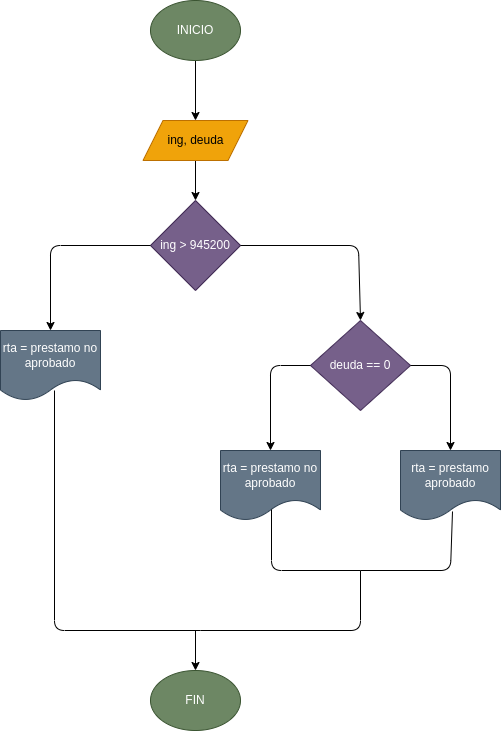
Above: ejercicio2/diagrama.png in fsadriann/taller_condicionales (draw.io), before the change. Source tidied: cells renumbered, new cells last; positions are measured from the earlier drawing's top-left corner, leaving out a move shared by most shapes. Source of this version:
```xml
<mxGraphModel>
  <root>
    <mxCell id="0" />
    <mxCell id="1" parent="0" />
    <mxCell id="2" style="edgeStyle=none;html=1;" parent="1" edge="1" source="3" target="5">
      <mxGeometry relative="1" as="geometry" />
    </mxCell>
    <mxCell id="3" value="INICIO" style="ellipse;whiteSpace=wrap;html=1;fillColor=#6d8764;fontColor=#ffffff;strokeColor=#3A5431;" parent="1" vertex="1">
      <mxGeometry x="150" width="90" height="60" as="geometry" />
    </mxCell>
    <mxCell id="4" style="edgeStyle=none;html=1;" parent="1" edge="1" source="5" target="6">
      <mxGeometry relative="1" as="geometry" />
    </mxCell>
    <mxCell id="5" value="ing, deuda" style="shape=parallelogram;perimeter=parallelogramPerimeter;whiteSpace=wrap;html=1;fixedSize=1;fillColor=#f0a30a;fontColor=#000000;strokeColor=#BD7000;" parent="1" vertex="1">
      <mxGeometry x="142.5" y="120" width="105" height="40" as="geometry" />
    </mxCell>
    <mxCell id="6" value="ing &amp;gt; 945200" style="rhombus;whiteSpace=wrap;html=1;fillColor=#76608a;fontColor=#ffffff;strokeColor=#432D57;" parent="1" vertex="1">
      <mxGeometry x="150" y="200" width="90" height="90" as="geometry" />
    </mxCell>
    <mxCell id="7" value="deuda == 0" style="rhombus;whiteSpace=wrap;html=1;fillColor=#76608a;fontColor=#ffffff;strokeColor=#432D57;" parent="1" vertex="1">
      <mxGeometry x="310" y="320" width="100" height="90" as="geometry" />
    </mxCell>
    <mxCell id="8" value="rta = prestamo aprobado" style="shape=document;whiteSpace=wrap;html=1;boundedLbl=1;fillColor=#647687;fontColor=#ffffff;strokeColor=#314354;" parent="1" vertex="1">
      <mxGeometry x="400" y="450" width="100" height="70" as="geometry" />
    </mxCell>
    <mxCell id="9" value="rta = prestamo no aprobado" style="shape=document;whiteSpace=wrap;html=1;boundedLbl=1;fillColor=#647687;fontColor=#ffffff;strokeColor=#314354;" parent="1" vertex="1">
      <mxGeometry x="220" y="450" width="100" height="70" as="geometry" />
    </mxCell>
    <mxCell id="10" value="rta = prestamo no aprobado" style="shape=document;whiteSpace=wrap;html=1;boundedLbl=1;fillColor=#647687;fontColor=#ffffff;strokeColor=#314354;" parent="1" vertex="1">
      <mxGeometry y="330" width="100" height="70" as="geometry" />
    </mxCell>
    <mxCell id="11" style="endArrow=classic;html=1;exitX=0;exitY=0.5;exitDx=0;exitDy=0;entryX=0.5;entryY=0;entryDx=0;entryDy=0;" parent="1" edge="1" source="6" target="10">
      <mxGeometry relative="1" as="geometry">
        <Array as="points">
          <mxPoint x="50" y="245" />
        </Array>
      </mxGeometry>
    </mxCell>
    <mxCell id="12" style="endArrow=classic;html=1;exitX=1;exitY=0.5;exitDx=0;exitDy=0;entryX=0.5;entryY=0;entryDx=0;entryDy=0;" parent="1" edge="1" source="6" target="7">
      <mxGeometry relative="1" as="geometry">
        <Array as="points">
          <mxPoint x="358" y="245" />
        </Array>
      </mxGeometry>
    </mxCell>
    <mxCell id="13" style="endArrow=classic;html=1;entryX=0.5;entryY=0;entryDx=0;entryDy=0;exitX=0;exitY=0.5;exitDx=0;exitDy=0;" parent="1" edge="1" source="7" target="9">
      <mxGeometry relative="1" as="geometry">
        <Array as="points">
          <mxPoint x="270" y="365" />
        </Array>
      </mxGeometry>
    </mxCell>
    <mxCell id="14" style="endArrow=classic;html=1;exitX=1;exitY=0.5;exitDx=0;exitDy=0;entryX=0.5;entryY=0;entryDx=0;entryDy=0;" parent="1" edge="1" source="7" target="8">
      <mxGeometry relative="1" as="geometry">
        <Array as="points">
          <mxPoint x="450" y="365" />
        </Array>
      </mxGeometry>
    </mxCell>
    <mxCell id="15" value="FIN" style="ellipse;whiteSpace=wrap;html=1;fillColor=#6d8764;fontColor=#ffffff;strokeColor=#3A5431;" parent="1" vertex="1">
      <mxGeometry x="150" y="670" width="90" height="60" as="geometry" />
    </mxCell>
    <mxCell id="16" style="endArrow=none;html=1;exitX=0.51;exitY=0.843;exitDx=0;exitDy=0;exitPerimeter=0;" parent="1" edge="1" source="9">
      <mxGeometry relative="1" as="geometry">
        <mxPoint x="360" y="570" as="targetPoint" />
        <Array as="points">
          <mxPoint x="271" y="570" />
        </Array>
      </mxGeometry>
    </mxCell>
    <mxCell id="17" style="endArrow=none;html=1;entryX=0.52;entryY=0.871;entryDx=0;entryDy=0;entryPerimeter=0;" parent="1" edge="1" target="8">
      <mxGeometry relative="1" as="geometry">
        <mxPoint x="360" y="570" as="sourcePoint" />
        <Array as="points">
          <mxPoint x="450" y="570" />
        </Array>
      </mxGeometry>
    </mxCell>
    <mxCell id="18" style="endArrow=none;html=1;" parent="1" edge="1">
      <mxGeometry relative="1" as="geometry">
        <mxPoint x="360" y="570" as="sourcePoint" />
        <mxPoint x="200" y="630" as="targetPoint" />
        <Array as="points">
          <mxPoint x="360" y="630" />
        </Array>
      </mxGeometry>
    </mxCell>
    <mxCell id="19" style="endArrow=none;html=1;entryX=0.54;entryY=0.857;entryDx=0;entryDy=0;entryPerimeter=0;" parent="1" edge="1" target="10">
      <mxGeometry relative="1" as="geometry">
        <mxPoint x="200" y="630" as="sourcePoint" />
        <Array as="points">
          <mxPoint x="54" y="630" />
        </Array>
      </mxGeometry>
    </mxCell>
    <mxCell id="20" style="endArrow=classic;html=1;" parent="1" edge="1" target="15">
      <mxGeometry relative="1" as="geometry">
        <mxPoint x="195" y="630" as="sourcePoint" />
      </mxGeometry>
    </mxCell>
  </root>
</mxGraphModel>
```
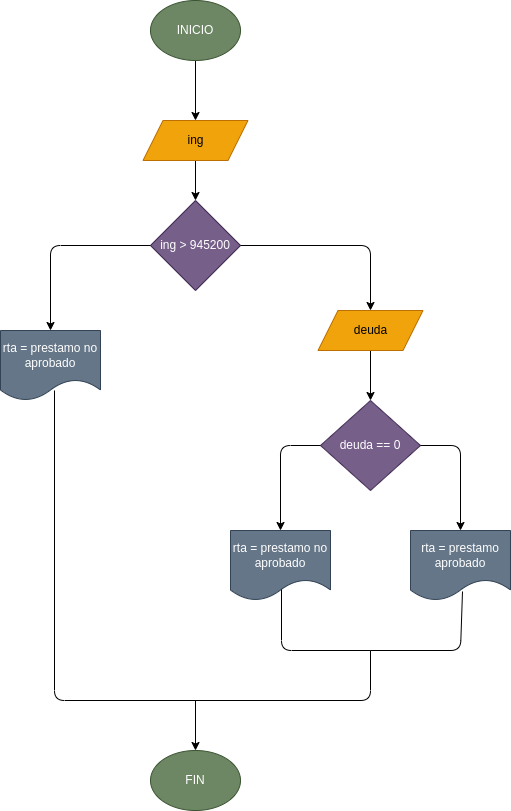
The same diagram one commit later.

Commit message:
se crearon los programas del ejercicio 2 y el diagrama de flujo se añadió al README

The edit, as a diff of the source:
```diff
@@ -11,20 +11,20 @@
     <mxCell id="4" style="edgeStyle=none;html=1;" parent="1" edge="1" source="5" target="6">
       <mxGeometry relative="1" as="geometry" />
     </mxCell>
-    <mxCell id="5" value="ing, deuda" style="shape=parallelogram;perimeter=parallelogramPerimeter;whiteSpace=wrap;html=1;fixedSize=1;fillColor=#f0a30a;fontColor=#000000;strokeColor=#BD7000;" parent="1" vertex="1">
+    <mxCell id="5" value="ing" style="shape=parallelogram;perimeter=parallelogramPerimeter;whiteSpace=wrap;html=1;fixedSize=1;fillColor=#f0a30a;fontColor=#000000;strokeColor=#BD7000;" parent="1" vertex="1">
       <mxGeometry x="142.5" y="120" width="105" height="40" as="geometry" />
     </mxCell>
     <mxCell id="6" value="ing &amp;gt; 945200" style="rhombus;whiteSpace=wrap;html=1;fillColor=#76608a;fontColor=#ffffff;strokeColor=#432D57;" parent="1" vertex="1">
       <mxGeometry x="150" y="200" width="90" height="90" as="geometry" />
     </mxCell>
     <mxCell id="7" value="deuda == 0" style="rhombus;whiteSpace=wrap;html=1;fillColor=#76608a;fontColor=#ffffff;strokeColor=#432D57;" parent="1" vertex="1">
-      <mxGeometry x="310" y="320" width="100" height="90" as="geometry" />
+      <mxGeometry x="320" y="400" width="100" height="90" as="geometry" />
     </mxCell>
     <mxCell id="8" value="rta = prestamo aprobado" style="shape=document;whiteSpace=wrap;html=1;boundedLbl=1;fillColor=#647687;fontColor=#ffffff;strokeColor=#314354;" parent="1" vertex="1">
-      <mxGeometry x="400" y="450" width="100" height="70" as="geometry" />
+      <mxGeometry x="410" y="530" width="100" height="70" as="geometry" />
     </mxCell>
     <mxCell id="9" value="rta = prestamo no aprobado" style="shape=document;whiteSpace=wrap;html=1;boundedLbl=1;fillColor=#647687;fontColor=#ffffff;strokeColor=#314354;" parent="1" vertex="1">
-      <mxGeometry x="220" y="450" width="100" height="70" as="geometry" />
+      <mxGeometry x="230" y="530" width="100" height="70" as="geometry" />
     </mxCell>
     <mxCell id="10" value="rta = prestamo no aprobado" style="shape=document;whiteSpace=wrap;html=1;boundedLbl=1;fillColor=#647687;fontColor=#ffffff;strokeColor=#314354;" parent="1" vertex="1">
       <mxGeometry y="330" width="100" height="70" as="geometry" />
@@ -36,67 +36,65 @@
         </Array>
       </mxGeometry>
     </mxCell>
-    <mxCell id="12" style="endArrow=classic;html=1;exitX=1;exitY=0.5;exitDx=0;exitDy=0;entryX=0.5;entryY=0;entryDx=0;entryDy=0;" parent="1" edge="1" source="6" target="7">
-      <mxGeometry relative="1" as="geometry">
-        <Array as="points">
-          <mxPoint x="358" y="245" />
-        </Array>
-      </mxGeometry>
-    </mxCell>
     <mxCell id="13" style="endArrow=classic;html=1;entryX=0.5;entryY=0;entryDx=0;entryDy=0;exitX=0;exitY=0.5;exitDx=0;exitDy=0;" parent="1" edge="1" source="7" target="9">
       <mxGeometry relative="1" as="geometry">
         <Array as="points">
-          <mxPoint x="270" y="365" />
+          <mxPoint x="280" y="445" />
         </Array>
       </mxGeometry>
     </mxCell>
     <mxCell id="14" style="endArrow=classic;html=1;exitX=1;exitY=0.5;exitDx=0;exitDy=0;entryX=0.5;entryY=0;entryDx=0;entryDy=0;" parent="1" edge="1" source="7" target="8">
       <mxGeometry relative="1" as="geometry">
         <Array as="points">
-          <mxPoint x="450" y="365" />
+          <mxPoint x="460" y="445" />
         </Array>
       </mxGeometry>
     </mxCell>
     <mxCell id="15" value="FIN" style="ellipse;whiteSpace=wrap;html=1;fillColor=#6d8764;fontColor=#ffffff;strokeColor=#3A5431;" parent="1" vertex="1">
-      <mxGeometry x="150" y="670" width="90" height="60" as="geometry" />
+      <mxGeometry x="150" y="750" width="90" height="60" as="geometry" />
     </mxCell>
     <mxCell id="16" style="endArrow=none;html=1;exitX=0.51;exitY=0.843;exitDx=0;exitDy=0;exitPerimeter=0;" parent="1" edge="1" source="9">
       <mxGeometry relative="1" as="geometry">
-        <mxPoint x="360" y="570" as="targetPoint" />
+        <mxPoint x="370" y="650" as="targetPoint" />
         <Array as="points">
-          <mxPoint x="271" y="570" />
+          <mxPoint x="281" y="650" />
         </Array>
       </mxGeometry>
     </mxCell>
     <mxCell id="17" style="endArrow=none;html=1;entryX=0.52;entryY=0.871;entryDx=0;entryDy=0;entryPerimeter=0;" parent="1" edge="1" target="8">
       <mxGeometry relative="1" as="geometry">
-        <mxPoint x="360" y="570" as="sourcePoint" />
+        <mxPoint x="370" y="650" as="sourcePoint" />
         <Array as="points">
-          <mxPoint x="450" y="570" />
+          <mxPoint x="460" y="650" />
         </Array>
       </mxGeometry>
     </mxCell>
-    <mxCell id="18" style="endArrow=none;html=1;" parent="1" edge="1">
-      <mxGeometry relative="1" as="geometry">
-        <mxPoint x="360" y="570" as="sourcePoint" />
-        <mxPoint x="200" y="630" as="targetPoint" />
-        <Array as="points">
-          <mxPoint x="360" y="630" />
-        </Array>
-      </mxGeometry>
-    </mxCell>
     <mxCell id="19" style="endArrow=none;html=1;entryX=0.54;entryY=0.857;entryDx=0;entryDy=0;entryPerimeter=0;" parent="1" edge="1" target="10">
       <mxGeometry relative="1" as="geometry">
-        <mxPoint x="200" y="630" as="sourcePoint" />
+        <mxPoint x="370" y="650" as="sourcePoint" />
         <Array as="points">
-          <mxPoint x="54" y="630" />
+          <mxPoint x="370" y="700" />
+          <mxPoint x="54" y="700" />
         </Array>
       </mxGeometry>
     </mxCell>
     <mxCell id="20" style="endArrow=classic;html=1;" parent="1" edge="1" target="15">
       <mxGeometry relative="1" as="geometry">
-        <mxPoint x="195" y="630" as="sourcePoint" />
+        <mxPoint x="195" y="700" as="sourcePoint" />
       </mxGeometry>
     </mxCell>
+    <mxCell id="21" style="edgeStyle=none;html=1;" parent="1" edge="1" source="22" target="7">
+      <mxGeometry relative="1" as="geometry" />
+    </mxCell>
+    <mxCell id="22" value="deuda" style="shape=parallelogram;perimeter=parallelogramPerimeter;whiteSpace=wrap;html=1;fixedSize=1;fillColor=#f0a30a;fontColor=#000000;strokeColor=#BD7000;" parent="1" vertex="1">
+      <mxGeometry x="317.5" y="310" width="105" height="40" as="geometry" />
+    </mxCell>
+    <mxCell id="23" style="endArrow=classic;html=1;exitX=1;exitY=0.5;exitDx=0;exitDy=0;entryX=0.5;entryY=0;entryDx=0;entryDy=0;" parent="1" edge="1" source="6" target="22">
+      <mxGeometry relative="1" as="geometry">
+        <Array as="points">
+          <mxPoint x="370" y="245" />
+        </Array>
+      </mxGeometry>
+    </mxCell>
   </root>
 </mxGraphModel>
```
